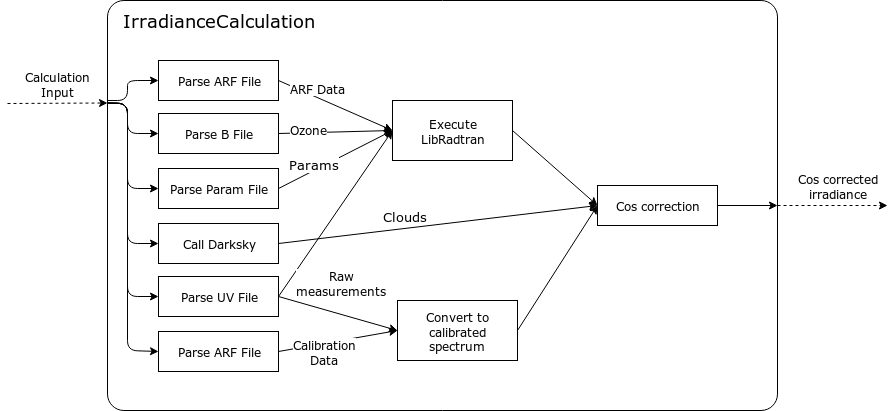
Before: assets/technical_detail_2.png, a diagram exported from draw.io (pec0ra/buvic). Source tidied: cells renumbered, new cells last; positions are measured from the earlier drawing's top-left corner, leaving out a move shared by most shapes.
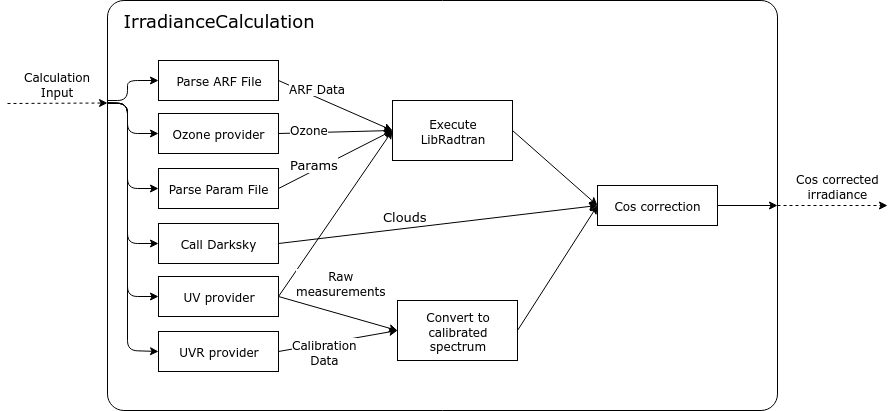
After the change.

What changed in the source:
```diff
@@ -19,7 +19,7 @@
     <mxCell id="6" value="Parse ARF File" style="rounded=0;whiteSpace=wrap;html=1;fontFamily=Verdana;" parent="1" vertex="1">
       <mxGeometry x="151" y="60" width="120" height="40" as="geometry" />
     </mxCell>
-    <mxCell id="7" value="Parse B File" style="rounded=0;whiteSpace=wrap;html=1;fontFamily=Verdana;" parent="1" vertex="1">
+    <mxCell id="7" value="Ozone provider" style="rounded=0;whiteSpace=wrap;html=1;fontFamily=Verdana;" parent="1" vertex="1">
       <mxGeometry x="151" y="113" width="120" height="40" as="geometry" />
     </mxCell>
     <mxCell id="8" style="endArrow=classic;html=1;entryX=0;entryY=0.5;entryDx=0;entryDy=0;fontFamily=Verdana;exitX=0;exitY=0.25;exitDx=0;exitDy=0;" parent="1" edge="1" source="2" target="7">
@@ -38,10 +38,10 @@
         </Array>
       </mxGeometry>
     </mxCell>
-    <mxCell id="10" value="Parse UV File" style="rounded=0;whiteSpace=wrap;html=1;fontFamily=Verdana;" parent="1" vertex="1">
+    <mxCell id="10" value="UV provider" style="rounded=0;whiteSpace=wrap;html=1;fontFamily=Verdana;" parent="1" vertex="1">
       <mxGeometry x="151" y="276" width="120" height="40" as="geometry" />
     </mxCell>
-    <mxCell id="11" value="Parse ARF File" style="rounded=0;whiteSpace=wrap;html=1;fontFamily=Verdana;" parent="1" vertex="1">
+    <mxCell id="11" value="UVR provider" style="rounded=0;whiteSpace=wrap;html=1;fontFamily=Verdana;" parent="1" vertex="1">
       <mxGeometry x="151" y="331" width="120" height="40" as="geometry" />
     </mxCell>
     <mxCell id="12" style="endArrow=classic;html=1;entryX=0;entryY=0.5;entryDx=0;entryDy=0;fontFamily=Verdana;exitX=0;exitY=0.25;exitDx=0;exitDy=0;" parent="1" edge="1" source="2" target="11">
```
